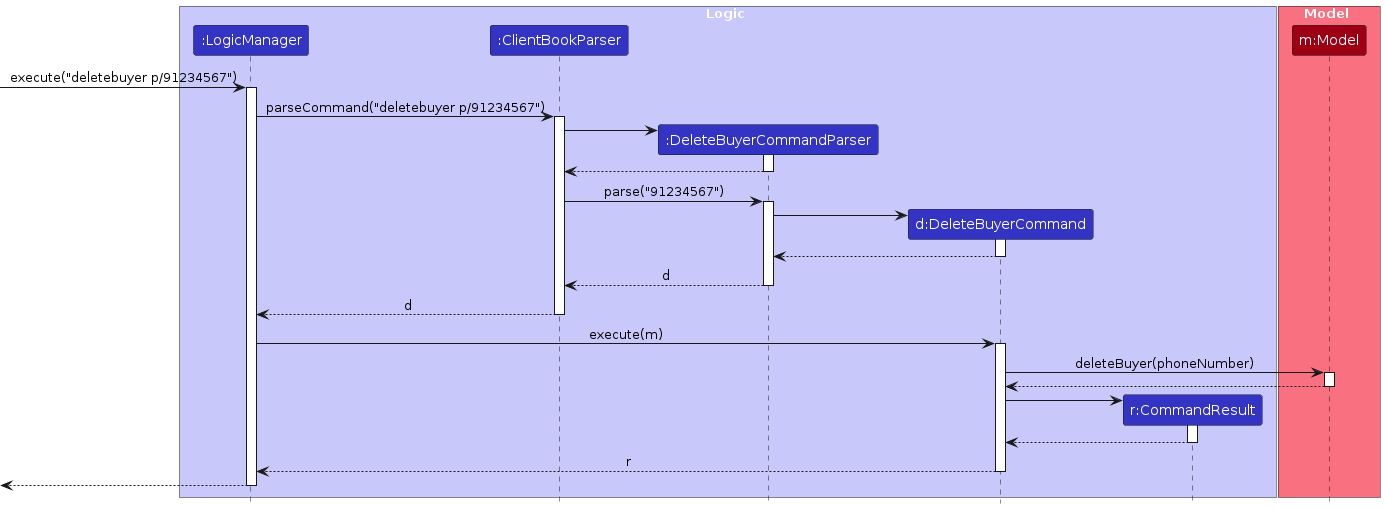
The PlantUML diagram diagrams/DeleteBuyerSequenceDiagram.png in Virusrwj223/tp, before a commit. Its source is kept beside it as diagrams/DeleteBuyerSequenceDiagram.puml. Source of this version:
```plantuml
@startuml
!include style.puml
skinparam ArrowFontStyle plain

box Logic LOGIC_COLOR_T1
participant ":LogicManager" as LogicManager LOGIC_COLOR
participant ":ClientBookParser" as ClientBookParser LOGIC_COLOR
participant ":DeleteBuyerCommandParser" as DeleteBuyerCommandParser LOGIC_COLOR
participant "d:DeleteBuyerCommand" as DeleteBuyerCommand LOGIC_COLOR
participant "r:CommandResult" as CommandResult LOGIC_COLOR
end box

box Model MODEL_COLOR_T1
participant "m:Model" as Model MODEL_COLOR
end box

[-> LogicManager : execute("deletebuyer p/91234567")
activate LogicManager

LogicManager -> ClientBookParser : parseCommand("deletebuyer p/91234567")
activate ClientBookParser

create DeleteBuyerCommandParser
ClientBookParser -> DeleteBuyerCommandParser
activate DeleteBuyerCommandParser

DeleteBuyerCommandParser --> ClientBookParser
deactivate DeleteBuyerCommandParser

ClientBookParser -> DeleteBuyerCommandParser : parse("91234567")
activate DeleteBuyerCommandParser

create DeleteBuyerCommand
DeleteBuyerCommandParser -> DeleteBuyerCommand
activate DeleteBuyerCommand

DeleteBuyerCommand --> DeleteBuyerCommandParser
deactivate DeleteBuyerCommand

DeleteBuyerCommandParser --> ClientBookParser : d
deactivate DeleteBuyerCommandParser

ClientBookParser --> LogicManager : d
deactivate ClientBookParser

LogicManager -> DeleteBuyerCommand : execute(m)
activate DeleteBuyerCommand

DeleteBuyerCommand -> Model : deleteBuyer(phoneNumber)
activate Model

Model --> DeleteBuyerCommand
deactivate Model

create CommandResult
DeleteBuyerCommand -> CommandResult
activate CommandResult

CommandResult --> DeleteBuyerCommand
deactivate CommandResult

DeleteBuyerCommand --> LogicManager : r
deactivate DeleteBuyerCommand

[<--LogicManager
deactivate LogicManager
@enduml
```
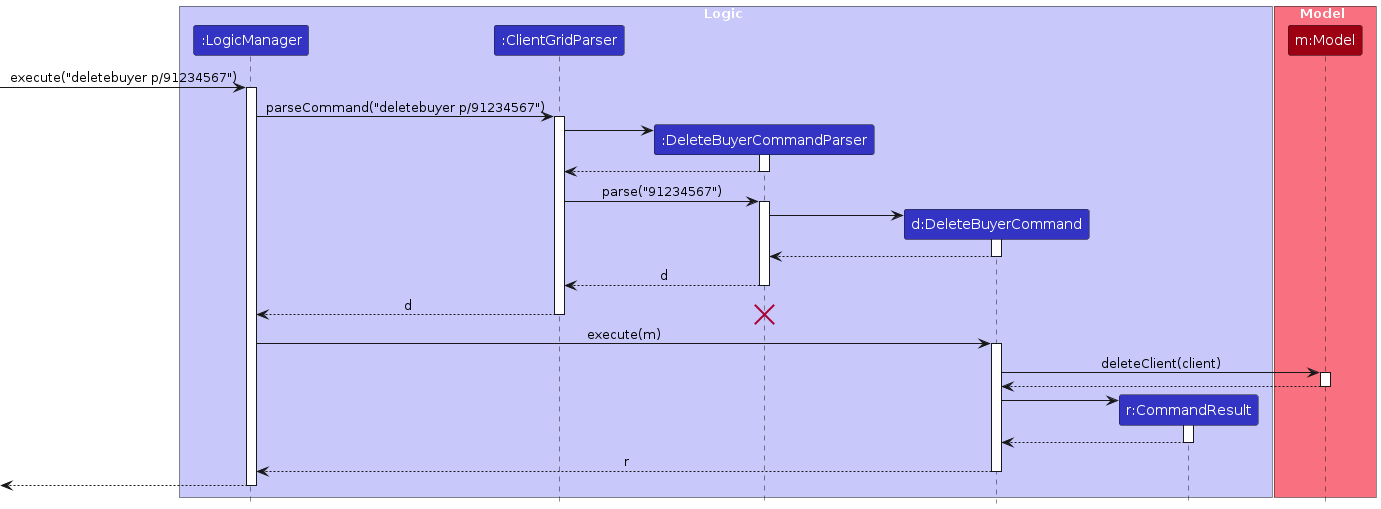
Later version of the same file.

Change to the diagram source:
```diff
@@ -4,7 +4,7 @@
 
 box Logic LOGIC_COLOR_T1
 participant ":LogicManager" as LogicManager LOGIC_COLOR
-participant ":ClientBookParser" as ClientBookParser LOGIC_COLOR
+participant ":ClientGridParser" as ClientBookParser LOGIC_COLOR
 participant ":DeleteBuyerCommandParser" as DeleteBuyerCommandParser LOGIC_COLOR
 participant "d:DeleteBuyerCommand" as DeleteBuyerCommand LOGIC_COLOR
 participant "r:CommandResult" as CommandResult LOGIC_COLOR
@@ -41,12 +41,13 @@
 deactivate DeleteBuyerCommandParser
 
 ClientBookParser --> LogicManager : d
+destroy DeleteBuyerCommandParser
 deactivate ClientBookParser
 
 LogicManager -> DeleteBuyerCommand : execute(m)
 activate DeleteBuyerCommand
 
-DeleteBuyerCommand -> Model : deleteBuyer(phoneNumber)
+DeleteBuyerCommand -> Model : deleteClient(client)
 activate Model
 
 Model --> DeleteBuyerCommand
```
